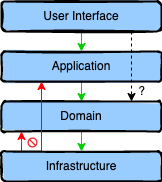
The draw.io diagram src/main/java/jmolecules_layers/layers-nonstrict.drawio.png in thmuch/architecture-fitness-functions, before a commit. Source tidied: cells renumbered, new cells last; positions are measured from the earlier drawing's top-left corner, leaving out a move shared by most shapes. Its diagram source:
```xml
<mxGraphModel>
  <root>
    <mxCell id="0" />
    <mxCell id="1" parent="0" />
    <mxCell id="2" style="edgeStyle=orthogonalEdgeStyle;rounded=0;jettySize=auto;html=1;strokeColor=#00CC00;" parent="1" edge="1" source="3" target="5">
      <mxGeometry relative="1" as="geometry">
        <Array as="points">
          <mxPoint x="80" y="40" />
          <mxPoint x="80" y="40" />
        </Array>
      </mxGeometry>
    </mxCell>
    <mxCell id="3" value="User Interface" style="rounded=1;whiteSpace=wrap;html=1;strokeWidth=2;fillWeight=4;hachureGap=8;hachureAngle=45;fillColor=#99CCFF;sketch=1;fillStyle=solid;" parent="1" vertex="1">
      <mxGeometry width="160" height="30" as="geometry" />
    </mxCell>
    <mxCell id="4" style="edgeStyle=orthogonalEdgeStyle;rounded=0;jettySize=auto;html=1;strokeColor=#00CC00;entryX=0.5;entryY=0;entryDx=0;entryDy=0;" parent="1" edge="1" source="5" target="8">
      <mxGeometry relative="1" as="geometry" />
    </mxCell>
    <mxCell id="5" value="Application" style="rounded=1;whiteSpace=wrap;html=1;strokeWidth=2;fillWeight=4;hachureGap=8;hachureAngle=45;fillColor=#99CCFF;sketch=1;fillStyle=solid;" parent="1" vertex="1">
      <mxGeometry y="50" width="160" height="30" as="geometry" />
    </mxCell>
    <mxCell id="6" style="edgeStyle=orthogonalEdgeStyle;rounded=0;jettySize=auto;html=1;dashed=1;" parent="1" edge="1" source="3" target="8">
      <mxGeometry relative="1" as="geometry">
        <Array as="points">
          <mxPoint x="130" y="40" />
          <mxPoint x="130" y="40" />
        </Array>
      </mxGeometry>
    </mxCell>
    <mxCell id="7" style="edgeStyle=orthogonalEdgeStyle;rounded=0;jettySize=auto;html=1;strokeColor=#00CC00;" parent="1" edge="1" source="8" target="11">
      <mxGeometry relative="1" as="geometry">
        <Array as="points">
          <mxPoint x="80" y="140" />
          <mxPoint x="80" y="140" />
        </Array>
      </mxGeometry>
    </mxCell>
    <mxCell id="8" value="Domain" style="rounded=1;whiteSpace=wrap;html=1;strokeWidth=2;fillWeight=4;hachureGap=8;hachureAngle=45;fillColor=#99CCFF;sketch=1;fillStyle=solid;" parent="1" vertex="1">
      <mxGeometry y="100" width="160" height="30" as="geometry" />
    </mxCell>
    <mxCell id="9" style="edgeStyle=orthogonalEdgeStyle;rounded=0;jettySize=auto;html=1;strokeColor=#FF0000;" parent="1" edge="1" source="11" target="8">
      <mxGeometry relative="1" as="geometry">
        <Array as="points">
          <mxPoint x="20" y="140" />
          <mxPoint x="20" y="140" />
        </Array>
      </mxGeometry>
    </mxCell>
    <mxCell id="10" style="edgeStyle=orthogonalEdgeStyle;rounded=0;jettySize=auto;html=1;strokeColor=#FF0000;entryX=0.25;entryY=1;entryDx=0;entryDy=0;" parent="1" edge="1" source="11" target="5">
      <mxGeometry relative="1" as="geometry">
        <Array as="points">
          <mxPoint x="40" y="130" />
          <mxPoint x="40" y="130" />
        </Array>
      </mxGeometry>
    </mxCell>
    <mxCell id="11" value="Infrastructure" style="rounded=1;whiteSpace=wrap;html=1;strokeWidth=2;fillWeight=4;hachureGap=8;hachureAngle=45;fillColor=#99CCFF;sketch=1;fillStyle=solid;" parent="1" vertex="1">
      <mxGeometry y="150" width="160" height="30" as="geometry" />
    </mxCell>
    <mxCell id="12" style="sketch=0;shadow=0;dashed=0;html=1;strokeColor=none;labelPosition=center;verticalLabelPosition=bottom;verticalAlign=top;align=center;shape=mxgraph.mscae.enterprise.not_allowed;fillColor=#EA1C24;" parent="1" vertex="1">
      <mxGeometry x="26" y="136" width="10" height="10" as="geometry" />
    </mxCell>
    <mxCell id="13" value="?" style="text;html=1;align=center;verticalAlign=middle;strokeColor=none;fillColor=none;" parent="1" vertex="1">
      <mxGeometry x="125" y="75" width="30" height="30" as="geometry" />
    </mxCell>
  </root>
</mxGraphModel>
```
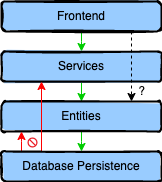
Above is the later version.

Commit message:
Fix layer names

Diff of the diagram source:
```diff
@@ -10,13 +10,13 @@
         </Array>
       </mxGeometry>
     </mxCell>
-    <mxCell id="3" value="User Interface" style="rounded=1;whiteSpace=wrap;html=1;strokeWidth=2;fillWeight=4;hachureGap=8;hachureAngle=45;fillColor=#99CCFF;sketch=1;fillStyle=solid;" parent="1" vertex="1">
+    <mxCell id="3" value="Frontend" style="rounded=1;whiteSpace=wrap;html=1;strokeWidth=2;fillWeight=4;hachureGap=8;hachureAngle=45;fillColor=#99CCFF;sketch=1;fillStyle=solid;" parent="1" vertex="1">
       <mxGeometry width="160" height="30" as="geometry" />
     </mxCell>
     <mxCell id="4" style="edgeStyle=orthogonalEdgeStyle;rounded=0;jettySize=auto;html=1;strokeColor=#00CC00;entryX=0.5;entryY=0;entryDx=0;entryDy=0;" parent="1" edge="1" source="5" target="8">
       <mxGeometry relative="1" as="geometry" />
     </mxCell>
-    <mxCell id="5" value="Application" style="rounded=1;whiteSpace=wrap;html=1;strokeWidth=2;fillWeight=4;hachureGap=8;hachureAngle=45;fillColor=#99CCFF;sketch=1;fillStyle=solid;" parent="1" vertex="1">
+    <mxCell id="5" value="Services" style="rounded=1;whiteSpace=wrap;html=1;strokeWidth=2;fillWeight=4;hachureGap=8;hachureAngle=45;fillColor=#99CCFF;sketch=1;fillStyle=solid;" parent="1" vertex="1">
       <mxGeometry y="50" width="160" height="30" as="geometry" />
     </mxCell>
     <mxCell id="6" style="edgeStyle=orthogonalEdgeStyle;rounded=0;jettySize=auto;html=1;dashed=1;" parent="1" edge="1" source="3" target="8">
@@ -35,7 +35,7 @@
         </Array>
       </mxGeometry>
     </mxCell>
-    <mxCell id="8" value="Domain" style="rounded=1;whiteSpace=wrap;html=1;strokeWidth=2;fillWeight=4;hachureGap=8;hachureAngle=45;fillColor=#99CCFF;sketch=1;fillStyle=solid;" parent="1" vertex="1">
+    <mxCell id="8" value="Entities" style="rounded=1;whiteSpace=wrap;html=1;strokeWidth=2;fillWeight=4;hachureGap=8;hachureAngle=45;fillColor=#99CCFF;sketch=1;fillStyle=solid;" parent="1" vertex="1">
       <mxGeometry y="100" width="160" height="30" as="geometry" />
     </mxCell>
     <mxCell id="9" style="edgeStyle=orthogonalEdgeStyle;rounded=0;jettySize=auto;html=1;strokeColor=#FF0000;" parent="1" edge="1" source="11" target="8">
@@ -54,7 +54,7 @@
         </Array>
       </mxGeometry>
     </mxCell>
-    <mxCell id="11" value="Infrastructure" style="rounded=1;whiteSpace=wrap;html=1;strokeWidth=2;fillWeight=4;hachureGap=8;hachureAngle=45;fillColor=#99CCFF;sketch=1;fillStyle=solid;" parent="1" vertex="1">
+    <mxCell id="11" value="Database Persistence" style="rounded=1;whiteSpace=wrap;html=1;strokeWidth=2;fillWeight=4;hachureGap=8;hachureAngle=45;fillColor=#99CCFF;sketch=1;fillStyle=solid;" parent="1" vertex="1">
       <mxGeometry y="150" width="160" height="30" as="geometry" />
     </mxCell>
     <mxCell id="12" style="sketch=0;shadow=0;dashed=0;html=1;strokeColor=none;labelPosition=center;verticalLabelPosition=bottom;verticalAlign=top;align=center;shape=mxgraph.mscae.enterprise.not_allowed;fillColor=#EA1C24;" parent="1" vertex="1">
```
